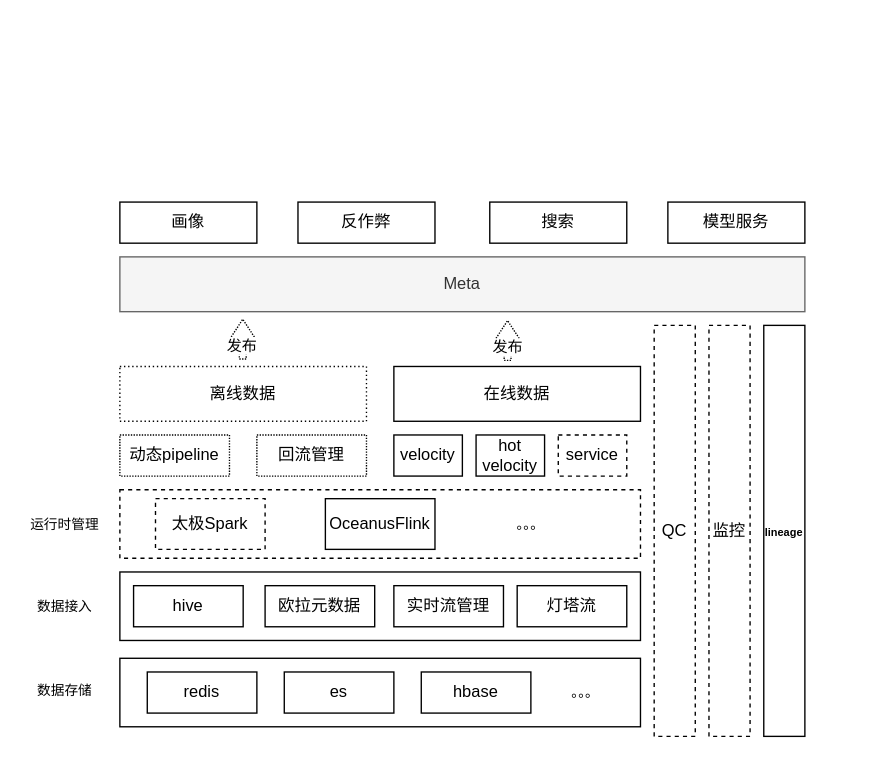
The draw.io diagram data_engine_infra.drawio in learn2Pro/draw_io_save, before the edit. Source tidied: cells renumbered, new cells numbered last; positions are measured from the earlier drawing's top-left corner, leaving out a move shared by most shapes. Both pictures are drawn from the tidied source at 137%, with x=0, y=0 at pixel (23, 201).
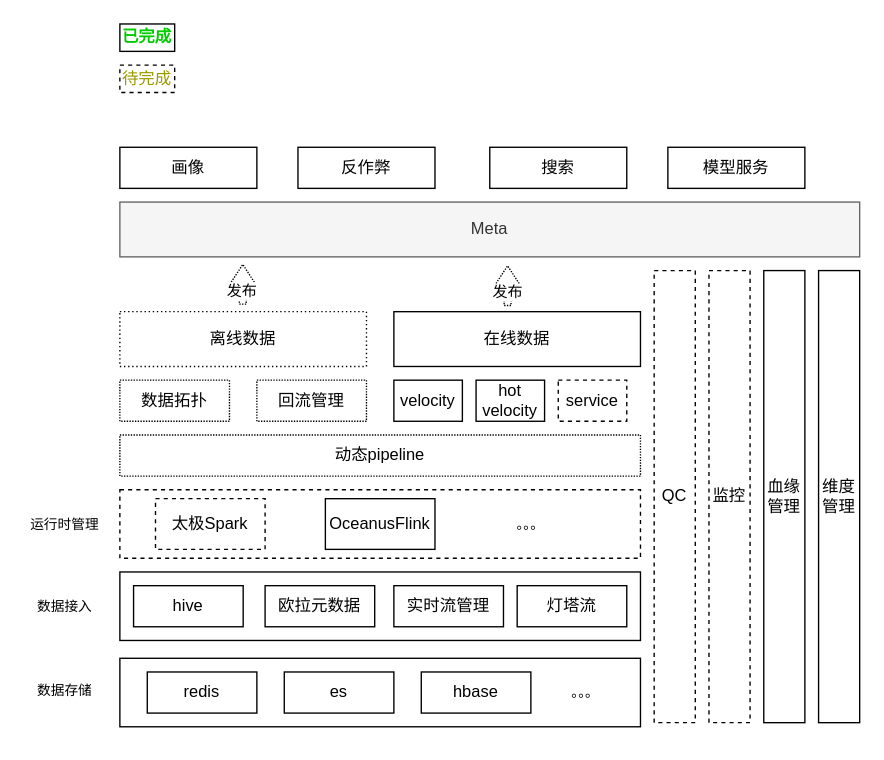
The same page after the edit.

Diff of the diagram source:
```diff
@@
     <mxCell id="2" value="Meta" style="rounded=0;whiteSpace=wrap;html=1;fillColor=#f5f5f5;strokeColor=#666666;fontColor=#333333;" parent="1" vertex="1">
-      <mxGeometry x="70" y="40" width="500" height="40" as="geometry" />
+      <mxGeometry x="70" width="540" height="40" as="geometry" />
     </mxCell>
     <mxCell id="3" value="在线数据" style="rounded=0;whiteSpace=wrap;html=1;" parent="1" vertex="1">
-      <mxGeometry x="270" y="120" width="180" height="40" as="geometry" />
+      <mxGeometry x="270" y="80" width="180" height="40" as="geometry" />
     </mxCell>
     <mxCell id="4" value="离线数据" style="rounded=0;whiteSpace=wrap;html=1;dashed=1;dashPattern=1 2;" parent="1" vertex="1">
-      <mxGeometry x="70" y="120" width="180" height="40" as="geometry" />
+      <mxGeometry x="70" y="80" width="180" height="40" as="geometry" />
     </mxCell>
     <mxCell id="5" value="QC" style="rounded=0;whiteSpace=wrap;html=1;dashed=1;" parent="1" vertex="1">
-      <mxGeometry x="460" y="90" width="30" height="300" as="geometry" />
+      <mxGeometry x="460" y="50" width="30" height="330" as="geometry" />
     </mxCell>
     <mxCell id="6" value="监控" style="rounded=0;whiteSpace=wrap;html=1;dashed=1;" parent="1" vertex="1">
-      <mxGeometry x="500" y="90" width="30" height="300" as="geometry" />
+      <mxGeometry x="500" y="50" width="30" height="330" as="geometry" />
     </mxCell>
     <mxCell id="7" style="shape=flexArrow;endArrow=classic;html=1;endWidth=12.413793103448276;endSize=4.379310344827586;width=5;dashed=1;dashPattern=1 1;" parent="1" edge="1">
       <mxGeometry relative="1" as="geometry">
-        <mxPoint x="353" y="116" as="sourcePoint" />
-        <mxPoint x="353" y="86" as="targetPoint" />
+        <mxPoint x="353" y="76" as="sourcePoint" />
+        <mxPoint x="353" y="46" as="targetPoint" />
       </mxGeometry>
     </mxCell>
@@
     <mxCell id="9" style="shape=flexArrow;endArrow=classic;html=1;endWidth=12.413793103448276;endSize=4.379310344827586;width=5;dashed=1;dashPattern=1 1;" parent="1" edge="1">
       <mxGeometry relative="1" as="geometry">
-        <mxPoint x="159.7" y="115" as="sourcePoint" />
-        <mxPoint x="159.7" y="85" as="targetPoint" />
+        <mxPoint x="159.7" y="75" as="sourcePoint" />
+        <mxPoint x="159.7" y="45" as="targetPoint" />
       </mxGeometry>
     </mxCell>
@@
     <mxCell id="11" value="hot velocity" style="rounded=0;whiteSpace=wrap;html=1;" parent="1" vertex="1">
-      <mxGeometry x="330" y="170" width="50" height="30" as="geometry" />
+      <mxGeometry x="330" y="130" width="50" height="30" as="geometry" />
     </mxCell>
     <mxCell id="12" value="velocity" style="rounded=0;whiteSpace=wrap;html=1;" parent="1" vertex="1">
-      <mxGeometry x="270" y="170" width="50" height="30" as="geometry" />
+      <mxGeometry x="270" y="130" width="50" height="30" as="geometry" />
     </mxCell>
     <mxCell id="13" value="动态pipeline" style="rounded=0;whiteSpace=wrap;html=1;dashed=1;dashPattern=1 1;" parent="1" vertex="1">
-      <mxGeometry x="70" y="170" width="80" height="30" as="geometry" />
+      <mxGeometry x="70" y="170" width="380" height="30" as="geometry" />
     </mxCell>
     <mxCell id="14" value="回流管理" style="rounded=0;whiteSpace=wrap;html=1;dashed=1;dashPattern=1 1;" parent="1" vertex="1">
-      <mxGeometry x="170" y="170" width="80" height="30" as="geometry" />
+      <mxGeometry x="170" y="130" width="80" height="30" as="geometry" />
     </mxCell>
-    <mxCell id="15" value="&lt;font style=&quot;font-size: 8px&quot;&gt;&lt;b&gt;lineage&lt;/b&gt;&lt;/font&gt;" style="rounded=0;whiteSpace=wrap;html=1;" parent="1" vertex="1">
-      <mxGeometry x="540" y="90" width="30" height="300" as="geometry" />
+    <mxCell id="15" value="&lt;span&gt;血缘&lt;br&gt;管理&lt;/span&gt;" style="rounded=0;whiteSpace=wrap;html=1;" parent="1" vertex="1">
+      <mxGeometry x="540" y="50" width="30" height="330" as="geometry" />
     </mxCell>
@@
     <mxCell id="33" value="service" style="rounded=0;whiteSpace=wrap;html=1;dashed=1;" parent="1" vertex="1">
-      <mxGeometry x="390" y="170" width="50" height="30" as="geometry" />
+      <mxGeometry x="390" y="130" width="50" height="30" as="geometry" />
     </mxCell>
     <mxCell id="34" value="画像" style="rounded=0;whiteSpace=wrap;html=1;" parent="1" vertex="1">
-      <mxGeometry x="70" width="100" height="30" as="geometry" />
+      <mxGeometry x="70" y="-40" width="100" height="30" as="geometry" />
     </mxCell>
     <mxCell id="35" value="反作弊" style="rounded=0;whiteSpace=wrap;html=1;" parent="1" vertex="1">
-      <mxGeometry x="200" width="100" height="30" as="geometry" />
+      <mxGeometry x="200" y="-40" width="100" height="30" as="geometry" />
     </mxCell>
     <mxCell id="36" value="搜索" style="rounded=0;whiteSpace=wrap;html=1;" parent="1" vertex="1">
-      <mxGeometry x="340" width="100" height="30" as="geometry" />
+      <mxGeometry x="340" y="-40" width="100" height="30" as="geometry" />
     </mxCell>
     <mxCell id="37" value="模型服务" style="rounded=0;whiteSpace=wrap;html=1;" parent="1" vertex="1">
-      <mxGeometry x="470" width="100" height="30" as="geometry" />
+      <mxGeometry x="470" y="-40" width="100" height="30" as="geometry" />
     </mxCell>
+    <mxCell id="38" value="&lt;b&gt;&lt;font color=&quot;#00cc00&quot;&gt;已完成&lt;/font&gt;&lt;/b&gt;" style="rounded=0;whiteSpace=wrap;html=1;" parent="1" vertex="1">
+      <mxGeometry x="70" y="-130" width="40" height="20" as="geometry" />
+    </mxCell>
+    <mxCell id="39" value="&lt;font color=&quot;#999900&quot;&gt;待完成&lt;/font&gt;" style="rounded=0;whiteSpace=wrap;html=1;dashed=1;" parent="1" vertex="1">
+      <mxGeometry x="70" y="-100" width="40" height="20" as="geometry" />
+    </mxCell>
+    <mxCell id="40" value="&lt;font style=&quot;font-size: 12px&quot;&gt;维度&lt;br&gt;管理&lt;/font&gt;" style="rounded=0;whiteSpace=wrap;html=1;" parent="1" vertex="1">
+      <mxGeometry x="580" y="50" width="30" height="330" as="geometry" />
+    </mxCell>
+    <mxCell id="41" value="数据拓扑" style="rounded=0;whiteSpace=wrap;html=1;dashed=1;dashPattern=1 1;" parent="1" vertex="1">
+      <mxGeometry x="70" y="130" width="80" height="30" as="geometry" />
+    </mxCell>
```
